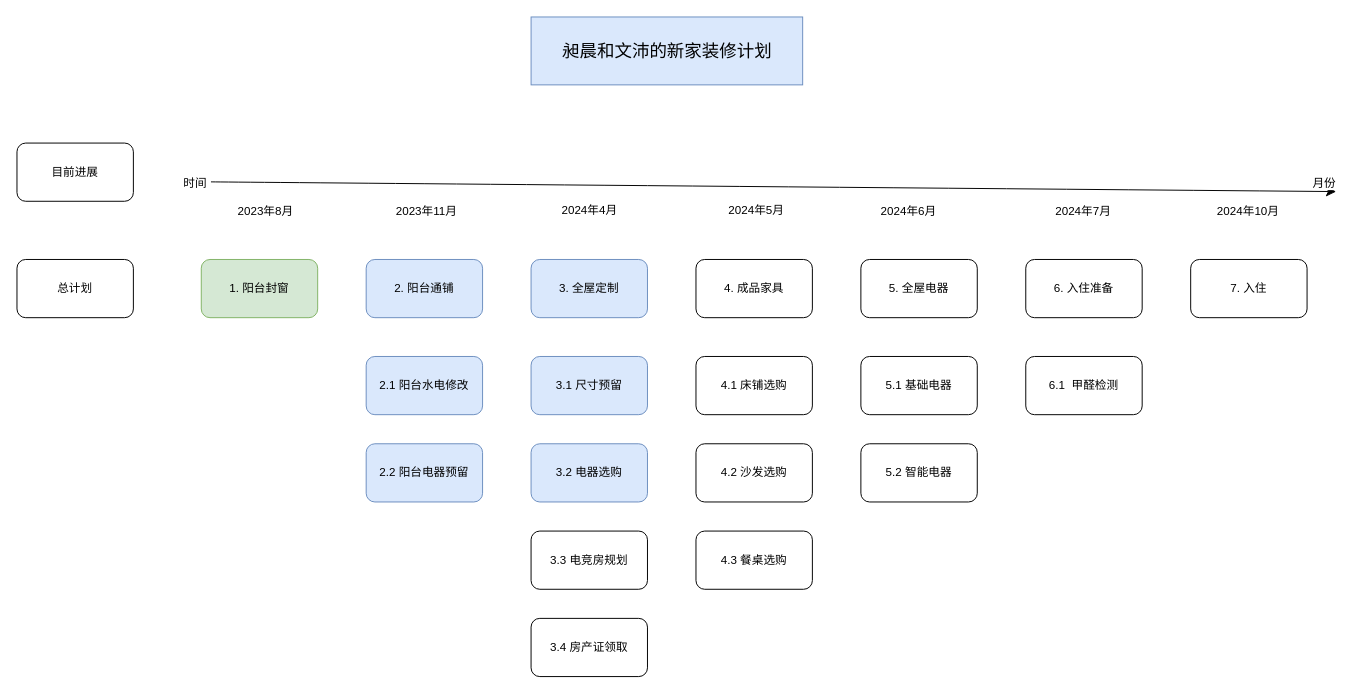
Above: page "总规划" (1 of 2) of newHome.drawio in liuminjit/Diary (draw.io), before the change. Source tidied: cells renumbered, new cells numbered last; positions are measured from the earlier drawing's top-left corner, leaving out a move shared by most shapes. Both pictures are drawn from the tidied source at 97%, with x=0, y=0 at pixel (16, 16).
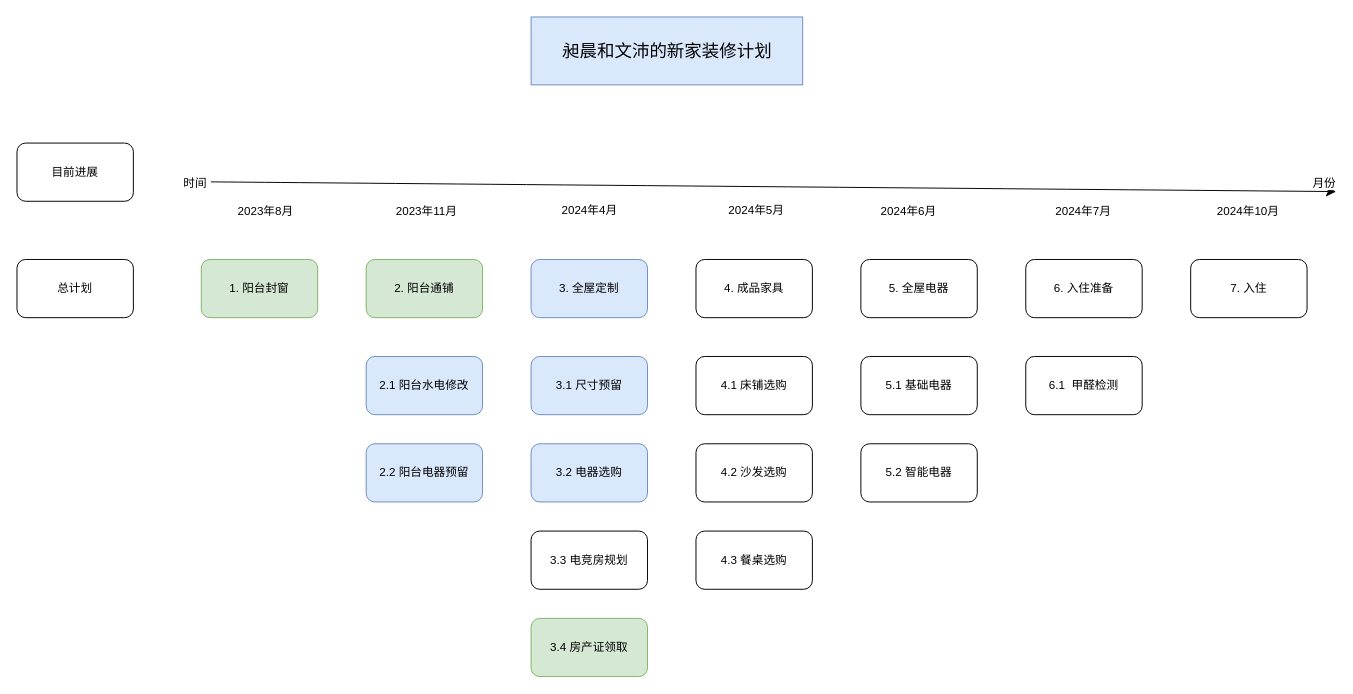
The same diagram, later.

Diff of the diagram source:
```diff
@@
-    <mxCell id="6" value="2. 阳台通铺" style="rounded=1;whiteSpace=wrap;html=1;fillColor=#dae8fc;strokeColor=#6c8ebf;" parent="1" vertex="1">
+    <mxCell id="6" value="2. 阳台通铺" style="rounded=1;whiteSpace=wrap;html=1;fillColor=#d5e8d4;strokeColor=#82b366;" parent="1" vertex="1">
       <mxGeometry x="360" y="250" width="120" height="60" as="geometry" />
     </mxCell>
@@
-    <mxCell id="33" value="3.4 房产证领取" style="rounded=1;whiteSpace=wrap;html=1;" parent="1" vertex="1">
+    <mxCell id="33" value="3.4 房产证领取" style="rounded=1;whiteSpace=wrap;html=1;fillColor=#d5e8d4;strokeColor=#82b366;" parent="1" vertex="1">
       <mxGeometry x="530" y="620" width="120" height="60" as="geometry" />
     </mxCell>
```
